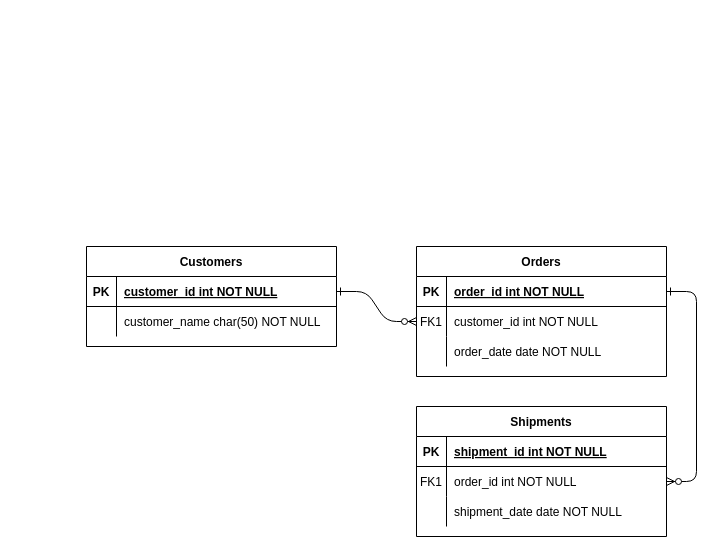
This is 제목 없는 다이어그램.drawio from kjskjs356/project_health, a draw.io file, before an edit. Source tidied: cells renumbered, new cells numbered last; positions are measured from the earlier drawing's top-left corner, leaving out a move shared by most shapes. Both pictures are drawn from the tidied source at 100%, with x=0, y=0 at pixel (86, 246).
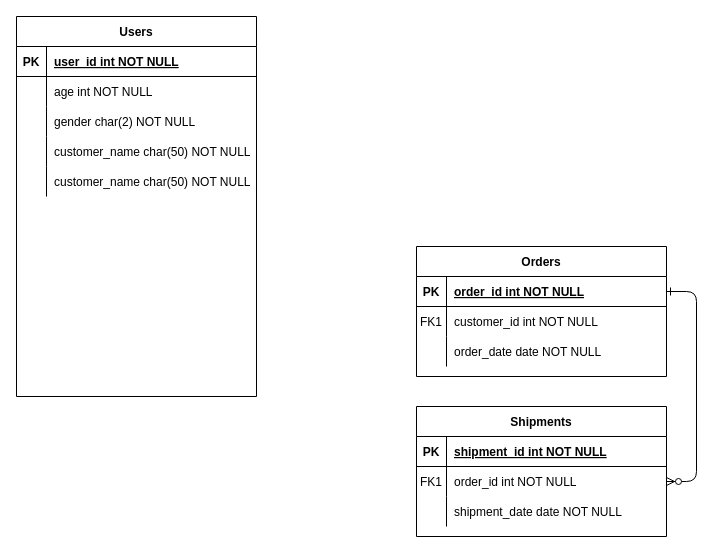
After the change.

Commit message (it also covers changes not shown here):
제목 없는 다이어그램.drawio 업데이트

Unchanged cells that the change refers to:
```xml
<mxCell id="8" style="shape=partialRectangle;fillColor=none;points=[[0,0.5],[1,0.5]];portConstraint=eastwest;top=0;left=0;right=0;bottom=0;" parent="4" vertex="1">
  <mxGeometry y="60" width="250" height="30" as="geometry" />
</mxCell>
```

The edit, as a diff of the source:
```diff
@@
-    <mxCell id="2" style="edgeStyle=entityRelationEdgeStyle;endArrow=ERzeroToMany;startArrow=ERone;endFill=1;startFill=0;" parent="1" edge="1" source="25" target="8">
-      <mxGeometry relative="1" as="geometry" />
-    </mxCell>
@@
-    <mxCell id="24" value="Customers" style="shape=table;startSize=30;childLayout=tableLayout;rowLines=0;fontStyle=1;align=center;" parent="1" vertex="1">
-      <mxGeometry width="250" height="100" as="geometry" />
+    <mxCell id="24" value="Users" style="shape=table;startSize=30;childLayout=tableLayout;rowLines=0;fontStyle=1;align=center;" parent="1" vertex="1">
+      <mxGeometry x="-70" y="-230" width="240" height="380" as="geometry" />
     </mxCell>
     <mxCell id="25" style="shape=partialRectangle;fillColor=none;points=[[0,0.5],[1,0.5]];portConstraint=eastwest;top=0;left=0;right=0;bottom=1;" parent="24" vertex="1">
-      <mxGeometry y="30" width="250" height="30" as="geometry" />
+      <mxGeometry y="30" width="240" height="30" as="geometry" />
     </mxCell>
@@
-    <mxCell id="27" value="customer_id int NOT NULL " style="shape=partialRectangle;overflow=hidden;fillColor=none;top=0;left=0;bottom=0;right=0;align=left;spacingLeft=6;fontStyle=5;" parent="25" vertex="1">
-      <mxGeometry x="30" width="220" height="30" as="geometry" />
+    <mxCell id="27" value="user_id int NOT NULL " style="shape=partialRectangle;overflow=hidden;fillColor=none;top=0;left=0;bottom=0;right=0;align=left;spacingLeft=6;fontStyle=5;" parent="25" vertex="1">
+      <mxGeometry x="30" width="210" height="30" as="geometry" />
     </mxCell>
     <mxCell id="28" style="shape=partialRectangle;fillColor=none;top=0;left=0;right=0;bottom=0;" parent="24" vertex="1">
-      <mxGeometry y="60" width="250" height="30" as="geometry" />
+      <mxGeometry y="60" width="240" height="30" as="geometry" />
     </mxCell>
@@
-    <mxCell id="30" value="customer_name char(50) NOT NULL" style="shape=partialRectangle;overflow=hidden;fillColor=none;top=0;left=0;bottom=0;right=0;align=left;spacingLeft=6;" parent="28" vertex="1">
-      <mxGeometry x="30" width="220" height="30" as="geometry" />
+    <mxCell id="30" value="age int NOT NULL" style="shape=partialRectangle;overflow=hidden;fillColor=none;top=0;left=0;bottom=0;right=0;align=left;spacingLeft=6;" parent="28" vertex="1">
+      <mxGeometry x="30" width="210" height="30" as="geometry" />
     </mxCell>
+    <mxCell id="31" style="shape=partialRectangle;fillColor=none;top=0;left=0;right=0;bottom=0;" parent="24" vertex="1">
+      <mxGeometry y="90" width="240" height="30" as="geometry" />
+    </mxCell>
+    <mxCell id="32" style="shape=partialRectangle;overflow=hidden;fillColor=none;top=0;left=0;bottom=0;right=0;" parent="31" vertex="1">
+      <mxGeometry width="30" height="30" as="geometry" />
+    </mxCell>
+    <mxCell id="33" value="gender char(2) NOT NULL" style="shape=partialRectangle;overflow=hidden;fillColor=none;top=0;left=0;bottom=0;right=0;align=left;spacingLeft=6;" parent="31" vertex="1">
+      <mxGeometry x="30" width="210" height="30" as="geometry" />
+    </mxCell>
+    <mxCell id="34" style="shape=partialRectangle;fillColor=none;top=0;left=0;right=0;bottom=0;" parent="24" vertex="1">
+      <mxGeometry y="120" width="240" height="30" as="geometry" />
+    </mxCell>
+    <mxCell id="35" style="shape=partialRectangle;overflow=hidden;fillColor=none;top=0;left=0;bottom=0;right=0;" parent="34" vertex="1">
+      <mxGeometry width="30" height="30" as="geometry" />
+    </mxCell>
+    <mxCell id="36" value="customer_name char(50) NOT NULL" style="shape=partialRectangle;overflow=hidden;fillColor=none;top=0;left=0;bottom=0;right=0;align=left;spacingLeft=6;" parent="34" vertex="1">
+      <mxGeometry x="30" width="210" height="30" as="geometry" />
+    </mxCell>
+    <mxCell id="37" style="shape=partialRectangle;fillColor=none;top=0;left=0;right=0;bottom=0;" parent="24" vertex="1">
+      <mxGeometry y="150" width="240" height="30" as="geometry" />
+    </mxCell>
+    <mxCell id="38" style="shape=partialRectangle;overflow=hidden;fillColor=none;top=0;left=0;bottom=0;right=0;" parent="37" vertex="1">
+      <mxGeometry width="30" height="30" as="geometry" />
+    </mxCell>
+    <mxCell id="39" value="customer_name char(50) NOT NULL" style="shape=partialRectangle;overflow=hidden;fillColor=none;top=0;left=0;bottom=0;right=0;align=left;spacingLeft=6;" parent="37" vertex="1">
+      <mxGeometry x="30" width="210" height="30" as="geometry" />
+    </mxCell>
```
